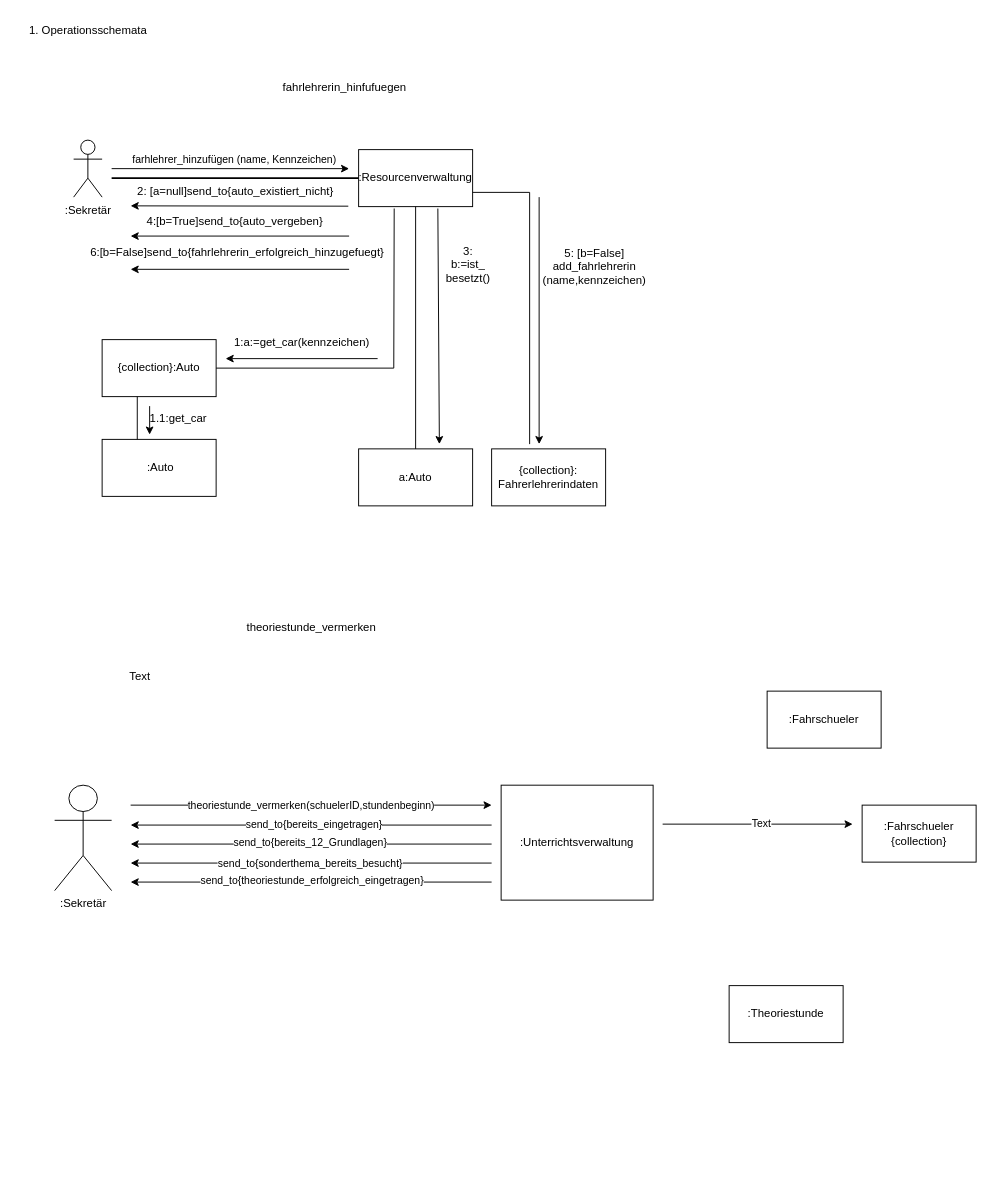
Above: Praktkum2.drawio in DseaKu/drawIO (draw.io), before the change. Source tidied: cells renumbered, new cells numbered last; positions are measured from the earlier drawing's top-left corner, leaving out a move shared by most shapes. Both pictures are drawn from the tidied source at 95%, with x=0, y=0 at pixel (16, 16).
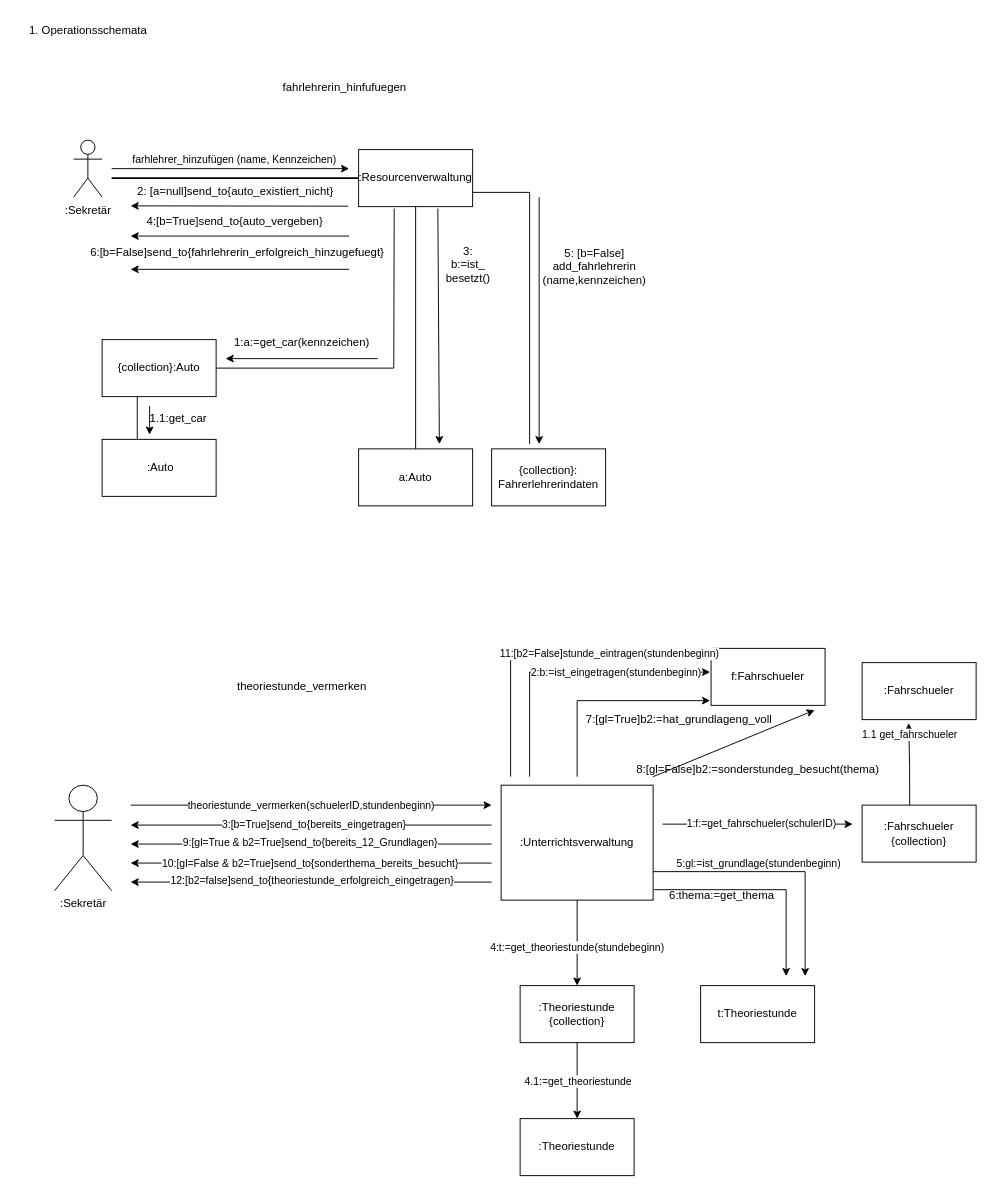
The same diagram, later.

The change refers to these unchanged cells:
```xml
<mxCell id="33" value=":Unterrichtsverwaltung" style="whiteSpace=wrap;html=1;" parent="1" vertex="1">
  <mxGeometry x="510" y="809" width="160" height="121" as="geometry" />
</mxCell>
<mxCell id="37" style="endArrow=classic;html=1;rounded=0;" parent="1" edge="1">
  <mxGeometry relative="1" as="geometry">
    <mxPoint x="500" y="851" as="sourcePoint" />
    <mxPoint x="120" y="851" as="targetPoint" />
  </mxGeometry>
</mxCell>
<mxCell id="39" style="endArrow=classic;html=1;rounded=0;" parent="1" edge="1">
  <mxGeometry relative="1" as="geometry">
    <mxPoint x="500" y="871" as="sourcePoint" />
    <mxPoint x="120" y="871" as="targetPoint" />
  </mxGeometry>
</mxCell>
<mxCell id="41" style="endArrow=classic;html=1;rounded=0;" parent="1" edge="1">
  <mxGeometry relative="1" as="geometry">
    <mxPoint x="500" y="891" as="sourcePoint" />
    <mxPoint x="120" y="891" as="targetPoint" />
  </mxGeometry>
</mxCell>
<mxCell id="43" style="endArrow=classic;html=1;rounded=0;" parent="1" edge="1">
  <mxGeometry relative="1" as="geometry">
    <mxPoint x="500" y="911" as="sourcePoint" />
    <mxPoint x="120" y="911" as="targetPoint" />
  </mxGeometry>
</mxCell>
<mxCell id="45" value=":Fahrschueler&lt;br&gt;{collection}" style="whiteSpace=wrap;html=1;" parent="1" vertex="1">
  <mxGeometry x="890" y="830" width="120" height="60" as="geometry" />
</mxCell>
<mxCell id="47" style="endArrow=classic;html=1;rounded=0;" parent="1" edge="1">
  <mxGeometry relative="1" as="geometry">
    <mxPoint x="680" y="850" as="sourcePoint" />
    <mxPoint x="880" y="850" as="targetPoint" />
  </mxGeometry>
</mxCell>
```

What changed in the source:
```diff
@@
     <mxCell id="32" value="theoriestunde_vermerken" style="text;html=1;align=center;verticalAlign=middle;strokeColor=none;fillColor=none;" parent="1" vertex="1">
-      <mxGeometry x="230" y="628" width="160" height="30" as="geometry" />
+      <mxGeometry x="220" y="690" width="160" height="30" as="geometry" />
     </mxCell>
@@
-    <mxCell id="34" value="Text" style="text;html=1;strokeColor=none;fillColor=none;align=center;verticalAlign=middle;whiteSpace=wrap;rounded=0;" parent="1" vertex="1">
-      <mxGeometry x="100" y="680" width="60" height="30" as="geometry" />
-    </mxCell>
@@
-    <mxCell id="38" value="send_to{bereits_eingetragen}" style="edgeLabel;html=1;align=center;verticalAlign=middle;" parent="37" vertex="1">
+    <mxCell id="38" value="3:[b=True]send_to{bereits_eingetragen}" style="edgeLabel;html=1;align=center;verticalAlign=middle;" parent="37" vertex="1">
       <mxGeometry x="-0.01" y="-1" relative="1" as="geometry" />
     </mxCell>
@@
-    <mxCell id="40" value="send_to{bereits_12_Grundlagen}" style="edgeLabel;html=1;align=center;verticalAlign=middle;" parent="39" vertex="1">
+    <mxCell id="40" value="9:[gl=True &amp;amp; b2=True]send_to{bereits_12_Grundlagen}" style="edgeLabel;html=1;align=center;verticalAlign=middle;" parent="39" vertex="1">
       <mxGeometry x="0.01" y="-3" relative="1" as="geometry" />
     </mxCell>
@@
-    <mxCell id="42" value="send_to{sonderthema_bereits_besucht}" style="edgeLabel;html=1;align=center;verticalAlign=middle;" parent="41" vertex="1">
+    <mxCell id="42" value="10:[gl=False &amp;amp; b2=True]send_to{sonderthema_bereits_besucht}" style="edgeLabel;html=1;align=center;verticalAlign=middle;" parent="41" vertex="1">
       <mxGeometry x="0.01" relative="1" as="geometry" />
     </mxCell>
@@
-    <mxCell id="44" value="send_to{theoriestunde_erfolgreich_eingetragen}" style="edgeLabel;html=1;align=center;verticalAlign=middle;" parent="43" vertex="1">
+    <mxCell id="44" value="12:[b2=false]send_to{theoriestunde_erfolgreich_eingetragen}" style="edgeLabel;html=1;align=center;verticalAlign=middle;" parent="43" vertex="1">
       <mxGeometry y="-2" relative="1" as="geometry" />
     </mxCell>
@@
     <mxCell id="46" value=":Fahrschueler" style="whiteSpace=wrap;html=1;" parent="1" vertex="1">
-      <mxGeometry x="790" y="710" width="120" height="60" as="geometry" />
+      <mxGeometry x="890" y="680" width="120" height="60" as="geometry" />
     </mxCell>
@@
-    <mxCell id="48" value="Text" style="edgeLabel;html=1;align=center;verticalAlign=middle;" parent="47" vertex="1">
+    <mxCell id="48" value="1:f:=get_fahrschueler(schulerID)" style="edgeLabel;html=1;align=center;verticalAlign=middle;" parent="47" vertex="1">
       <mxGeometry x="0.03" y="1" relative="1" as="geometry" />
     </mxCell>
-    <mxCell id="49" value=":Theoriestunde" style="whiteSpace=wrap;html=1;" parent="1" vertex="1">
-      <mxGeometry x="750" y="1020" width="120" height="60" as="geometry" />
+    <mxCell id="49" value=":Theoriestunde&lt;br&gt;{collection}" style="whiteSpace=wrap;html=1;" parent="1" vertex="1">
+      <mxGeometry x="530" y="1020" width="120" height="60" as="geometry" />
     </mxCell>
+    <mxCell id="50" style="endArrow=classic;html=1;rounded=0;exitX=0.417;exitY=0;exitDx=0;exitDy=0;exitPerimeter=0;entryX=0.409;entryY=1.061;entryDx=0;entryDy=0;entryPerimeter=0;" parent="1" edge="1" source="45" target="46">
+      <mxGeometry relative="1" as="geometry">
+        <Array as="points">
+          <mxPoint x="940" y="790" />
+        </Array>
+      </mxGeometry>
+    </mxCell>
+    <mxCell id="51" value="1.1 get_fahrschueler" style="edgeLabel;html=1;align=center;verticalAlign=middle;" parent="50" vertex="1">
+      <mxGeometry x="0.04" relative="1" as="geometry">
+        <mxPoint y="-30" as="offset" />
+      </mxGeometry>
+    </mxCell>
+    <mxCell id="52" value="f:Fahrschueler" style="whiteSpace=wrap;html=1;" parent="1" vertex="1">
+      <mxGeometry x="731" y="665" width="120" height="60" as="geometry" />
+    </mxCell>
+    <mxCell id="53" style="endArrow=classic;html=1;rounded=0;" parent="1" edge="1">
+      <mxGeometry relative="1" as="geometry">
+        <mxPoint x="540" y="800" as="sourcePoint" />
+        <mxPoint x="730" y="690" as="targetPoint" />
+        <Array as="points">
+          <mxPoint x="540" y="690" />
+        </Array>
+      </mxGeometry>
+    </mxCell>
+    <mxCell id="54" value="2:b:=ist_eingetragen(stundenbeginn)" style="edgeLabel;html=1;align=center;verticalAlign=middle;" parent="53" vertex="1">
+      <mxGeometry x="0.01" y="-3" relative="1" as="geometry">
+        <mxPoint x="48" y="-3" as="offset" />
+      </mxGeometry>
+    </mxCell>
+    <mxCell id="55" value=":Theoriestunde" style="whiteSpace=wrap;html=1;" parent="1" vertex="1">
+      <mxGeometry x="530" y="1160" width="120" height="60" as="geometry" />
+    </mxCell>
+    <mxCell id="56" value="4:t:=get_theoriestunde(stundebeginn)" style="edgeStyle=none;jettySize=auto;html=1;rounded=0;exitX=0.5;exitY=1;exitDx=0;exitDy=0;entryX=0.5;entryY=0;entryDx=0;entryDy=0;" parent="1" edge="1" source="33" target="49">
+      <mxGeometry x="0.11" relative="1" as="geometry" />
+    </mxCell>
+    <mxCell id="57" style="edgeStyle=none;jettySize=auto;html=1;rounded=0;exitX=0.5;exitY=1;exitDx=0;exitDy=0;entryX=0.5;entryY=0;entryDx=0;entryDy=0;" parent="1" edge="1" source="49" target="55">
+      <mxGeometry relative="1" as="geometry" />
+    </mxCell>
+    <mxCell id="58" value="4.1:=get_theoriestunde" style="edgeLabel;html=1;align=center;verticalAlign=middle;" parent="57" vertex="1">
+      <mxGeometry x="-0.01" relative="1" as="geometry" />
+    </mxCell>
+    <mxCell id="59" value="t:Theoriestunde" style="whiteSpace=wrap;html=1;" parent="1" vertex="1">
+      <mxGeometry x="720" y="1020" width="120" height="60" as="geometry" />
+    </mxCell>
+    <mxCell id="60" style="edgeStyle=none;orthogonalLoop=1;jettySize=auto;html=1;rounded=0;" parent="1" edge="1">
+      <mxGeometry relative="1" as="geometry">
+        <mxPoint x="670" y="900" as="sourcePoint" />
+        <mxPoint x="830" y="1010" as="targetPoint" />
+        <Array as="points">
+          <mxPoint x="830" y="900" />
+        </Array>
+      </mxGeometry>
+    </mxCell>
+    <mxCell id="61" value="5:gl:=ist_grundlage(stundenbeginn)" style="edgeLabel;html=1;align=center;verticalAlign=middle;" parent="60" vertex="1">
+      <mxGeometry x="0.28" y="-1" relative="1" as="geometry">
+        <mxPoint x="-49" y="-22" as="offset" />
+      </mxGeometry>
+    </mxCell>
+    <mxCell id="62" style="endArrow=classic;html=1;rounded=0;" parent="1" edge="1">
+      <mxGeometry relative="1" as="geometry">
+        <mxPoint x="590" y="800" as="sourcePoint" />
+        <mxPoint x="730" y="720" as="targetPoint" />
+        <Array as="points">
+          <mxPoint x="590" y="720" />
+        </Array>
+      </mxGeometry>
+    </mxCell>
+    <mxCell id="63" value="7:[gl=True]b2:=hat_grundlageng_voll" style="text;html=1;align=center;verticalAlign=middle;strokeColor=none;fillColor=none;" parent="1" vertex="1">
+      <mxGeometry x="587" y="725" width="220" height="30" as="geometry" />
+    </mxCell>
+    <mxCell id="64" style="endArrow=classic;html=1;rounded=0;" parent="1" edge="1">
+      <mxGeometry relative="1" as="geometry">
+        <mxPoint x="670" y="800" as="sourcePoint" />
+        <mxPoint x="840" y="730" as="targetPoint" />
+      </mxGeometry>
+    </mxCell>
+    <mxCell id="65" value="8:[gl=False]b2:=sonderstundeg_besucht(thema)" style="text;html=1;align=center;verticalAlign=middle;strokeColor=none;fillColor=none;" parent="1" vertex="1">
+      <mxGeometry x="640" y="778" width="280" height="30" as="geometry" />
+    </mxCell>
+    <mxCell id="66" style="edgeStyle=none;jettySize=auto;html=1;rounded=0;exitX=1.007;exitY=0.909;exitDx=0;exitDy=0;exitPerimeter=0;" parent="1" edge="1" source="33">
+      <mxGeometry relative="1" as="geometry">
+        <mxPoint x="810" y="1010" as="targetPoint" />
+        <Array as="points">
+          <mxPoint x="810" y="919" />
+        </Array>
+      </mxGeometry>
+    </mxCell>
+    <mxCell id="67" value="6:thema:=get_thema" style="text;html=1;align=center;verticalAlign=middle;strokeColor=none;fillColor=none;" parent="1" vertex="1">
+      <mxGeometry x="677" y="910" width="130" height="30" as="geometry" />
+    </mxCell>
+    <mxCell id="68" style="endArrow=classic;html=1;rounded=0;" parent="1" edge="1">
+      <mxGeometry relative="1" as="geometry">
+        <mxPoint x="520" y="800" as="sourcePoint" />
+        <mxPoint x="730" y="670" as="targetPoint" />
+        <Array as="points">
+          <mxPoint x="520" y="670" />
+        </Array>
+      </mxGeometry>
+    </mxCell>
+    <mxCell id="69" value="11:[b2=False]stunde_eintragen(stundenbeginn)" style="edgeLabel;html=1;align=center;verticalAlign=middle;" parent="68" vertex="1">
+      <mxGeometry x="0.37" relative="1" as="geometry" />
+    </mxCell>
```
